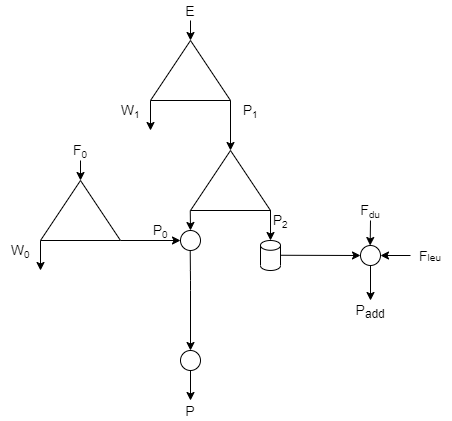
GusevVlad/Russian-Phd-LaTeX-Dissertation-Template keeps this draw.io diagram as cascades/P2utilization.png. Above is the earlier version. Source tidied: cells renumbered, new cells last; positions are measured from the earlier drawing's top-left corner, leaving out a move shared by most shapes.
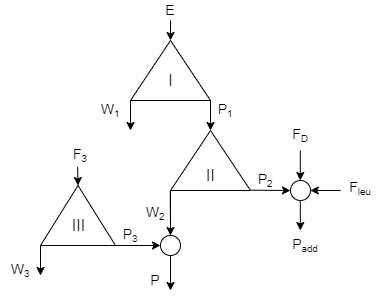
Above is the later version.

The edit, as a diff of the source:
```diff
@@ -4,22 +4,21 @@
     <mxCell id="1" parent="0" />
     <mxCell id="2" style="endArrow=classic;html=1;" parent="1" edge="1">
       <mxGeometry relative="1" as="geometry">
-        <mxPoint x="190" y="20" as="sourcePoint" />
-        <mxPoint x="190" y="40" as="targetPoint" />
+        <mxPoint x="190" y="40" as="sourcePoint" />
+        <mxPoint x="190" y="60" as="targetPoint" />
       </mxGeometry>
     </mxCell>
     <mxCell id="3" style="endArrow=classic;html=1;" parent="1" edge="1">
       <mxGeometry relative="1" as="geometry">
-        <mxPoint x="150" y="100" as="sourcePoint" />
-        <mxPoint x="150" y="130" as="targetPoint" />
+        <mxPoint x="150" y="120" as="sourcePoint" />
+        <mxPoint x="150" y="150" as="targetPoint" />
       </mxGeometry>
     </mxCell>
     <mxCell id="4" style="triangle;whiteSpace=wrap;html=1;rotation=-90;" parent="1" vertex="1">
-      <mxGeometry x="160" y="30" width="60" height="80" as="geometry" />
+      <mxGeometry x="160" y="50" width="60" height="80" as="geometry" />
     </mxCell>
-    <mxCell id="5" style="endArrow=classic;html=1;" parent="1" edge="1">
+    <mxCell id="5" style="endArrow=classic;html=1;exitX=0;exitY=0;exitDx=0;exitDy=0;" parent="1" edge="1" source="9">
       <mxGeometry relative="1" as="geometry">
-        <mxPoint x="230" y="100" as="sourcePoint" />
         <mxPoint x="230" y="150" as="targetPoint" />
       </mxGeometry>
     </mxCell>
@@ -27,111 +26,110 @@
       <mxGeometry x="200" y="140" width="60" height="80" as="geometry" />
     </mxCell>
     <mxCell id="7" value="&lt;font style=&quot;font-size: 14px&quot;&gt;E&lt;/font&gt;" style="text;html=1;strokeColor=none;fillColor=none;align=center;verticalAlign=middle;whiteSpace=wrap;rounded=0;" parent="1" vertex="1">
-      <mxGeometry x="170" width="40" height="20" as="geometry" />
+      <mxGeometry x="170" y="20" width="40" height="20" as="geometry" />
     </mxCell>
     <mxCell id="8" value="&lt;font style=&quot;font-size: 14px&quot;&gt;W&lt;/font&gt;&lt;font style=&quot;font-size: 11.6667px&quot;&gt;&lt;sub&gt;1&lt;/sub&gt;&lt;/font&gt;" style="text;html=1;strokeColor=none;fillColor=none;align=center;verticalAlign=middle;whiteSpace=wrap;rounded=0;" parent="1" vertex="1">
-      <mxGeometry x="110" y="100" width="40" height="20" as="geometry" />
+      <mxGeometry x="110" y="120" width="40" height="20" as="geometry" />
     </mxCell>
     <mxCell id="9" value="&lt;font style=&quot;font-size: 14px&quot;&gt;P&lt;/font&gt;&lt;font style=&quot;font-size: 11.6667px&quot;&gt;&lt;sub&gt;1&lt;/sub&gt;&lt;/font&gt;" style="text;html=1;strokeColor=none;fillColor=none;align=center;verticalAlign=middle;whiteSpace=wrap;rounded=0;" parent="1" vertex="1">
-      <mxGeometry x="230" y="100" width="40" height="20" as="geometry" />
+      <mxGeometry x="230" y="120" width="30" height="20" as="geometry" />
     </mxCell>
-    <mxCell id="10" style="endArrow=classic;html=1;" parent="1" edge="1">
+    <mxCell id="10" style="endArrow=classic;html=1;entryX=0.5;entryY=0;entryDx=0;entryDy=0;" parent="1" edge="1" target="18">
       <mxGeometry relative="1" as="geometry">
         <mxPoint x="189.8" y="210" as="sourcePoint" />
-        <mxPoint x="190" y="230" as="targetPoint" />
       </mxGeometry>
     </mxCell>
-    <mxCell id="11" style="endArrow=classic;html=1;entryX=1;entryY=1;entryDx=0;entryDy=0;" parent="1" edge="1" target="16">
+    <mxCell id="11" style="endArrow=classic;html=1;entryX=0;entryY=0.5;entryDx=0;entryDy=0;" parent="1" edge="1" target="18">
       <mxGeometry relative="1" as="geometry">
-        <mxPoint x="120" y="240" as="sourcePoint" />
+        <mxPoint x="120" y="265" as="sourcePoint" />
       </mxGeometry>
     </mxCell>
+    <mxCell id="34" style="endArrow=classic;html=1;" parent="1" edge="1">
+      <mxGeometry relative="1" as="geometry">
+        <mxPoint x="60" y="265" as="sourcePoint" />
+        <mxPoint x="60" y="295" as="targetPoint" />
+      </mxGeometry>
+    </mxCell>
-    <mxCell id="12" style="endArrow=classic;html=1;" parent="1" edge="1">
-      <mxGeometry relative="1" as="geometry">
-        <mxPoint x="40" y="240" as="sourcePoint" />
-        <mxPoint x="40" y="270" as="targetPoint" />
-      </mxGeometry>
+    <mxCell id="12" value="&lt;span style=&quot;font-size: 16px&quot;&gt;&lt;br&gt;&lt;/span&gt;" style="triangle;whiteSpace=wrap;html=1;rotation=-90;" parent="1" vertex="1">
+      <mxGeometry x="67.5" y="197.5" width="60" height="75" as="geometry" />
     </mxCell>
-    <mxCell id="13" style="triangle;whiteSpace=wrap;html=1;rotation=-90;" parent="1" vertex="1">
-      <mxGeometry x="50" y="170" width="60" height="80" as="geometry" />
+    <mxCell id="13" value="&lt;font style=&quot;font-size: 14px&quot;&gt;F&lt;/font&gt;&lt;font style=&quot;font-size: 11.6667px&quot;&gt;&lt;sub&gt;3&lt;/sub&gt;&lt;/font&gt;" style="text;html=1;strokeColor=none;fillColor=none;align=center;verticalAlign=middle;whiteSpace=wrap;rounded=0;" parent="1" vertex="1">
+      <mxGeometry x="80" y="165" width="40" height="20" as="geometry" />
     </mxCell>
-    <mxCell id="14" value="&lt;font style=&quot;font-size: 14px&quot;&gt;F&lt;/font&gt;&lt;font style=&quot;font-size: 11.6667px&quot;&gt;&lt;sub&gt;0&lt;/sub&gt;&lt;/font&gt;" style="text;html=1;strokeColor=none;fillColor=none;align=center;verticalAlign=middle;whiteSpace=wrap;rounded=0;" parent="1" vertex="1">
-      <mxGeometry x="60" y="140" width="40" height="20" as="geometry" />
+    <mxCell id="14" value="&lt;font style=&quot;font-size: 14px&quot;&gt;W&lt;/font&gt;&lt;font style=&quot;font-size: 11.6667px&quot;&gt;&lt;sub&gt;3&lt;/sub&gt;&lt;/font&gt;" style="text;html=1;strokeColor=none;fillColor=none;align=center;verticalAlign=middle;whiteSpace=wrap;rounded=0;" parent="1" vertex="1">
+      <mxGeometry x="20" y="280" width="40" height="20" as="geometry" />
     </mxCell>
-    <mxCell id="15" value="&lt;font style=&quot;font-size: 14px&quot;&gt;W&lt;/font&gt;&lt;font style=&quot;font-size: 11.6667px&quot;&gt;&lt;sub&gt;0&lt;/sub&gt;&lt;/font&gt;" style="text;html=1;strokeColor=none;fillColor=none;align=center;verticalAlign=middle;whiteSpace=wrap;rounded=0;" parent="1" vertex="1">
-      <mxGeometry y="240" width="40" height="20" as="geometry" />
+    <mxCell id="15" style="endArrow=classic;html=1;" parent="1" edge="1">
+      <mxGeometry relative="1" as="geometry">
+        <mxPoint x="190" y="210" as="sourcePoint" />
+        <mxPoint x="190" y="310" as="targetPoint" />
+        <Array as="points">
+          <mxPoint x="189.9" y="210" />
+        </Array>
+      </mxGeometry>
     </mxCell>
-    <mxCell id="16" value="&lt;font style=&quot;font-size: 14px&quot;&gt;P&lt;/font&gt;&lt;font style=&quot;font-size: 11.6667px&quot;&gt;&lt;sub&gt;0&lt;/sub&gt;&lt;/font&gt;" style="text;html=1;strokeColor=none;fillColor=none;align=center;verticalAlign=middle;whiteSpace=wrap;rounded=0;" parent="1" vertex="1">
-      <mxGeometry x="140" y="220" width="40" height="20" as="geometry" />
+    <mxCell id="16" style="endArrow=classic;html=1;" parent="1" edge="1">
+      <mxGeometry relative="1" as="geometry">
+        <mxPoint x="270" y="209.7" as="sourcePoint" />
+        <mxPoint x="310" y="210" as="targetPoint" />
+      </mxGeometry>
     </mxCell>
-    <mxCell id="17" style="endArrow=classic;html=1;entryX=0.5;entryY=0;entryDx=0;entryDy=0;" parent="1" edge="1" target="24">
-      <mxGeometry relative="1" as="geometry">
-        <mxPoint x="189.7" y="250" as="sourcePoint" />
-        <Array as="points">
-          <mxPoint x="190" y="280" />
-        </Array>
-      </mxGeometry>
+    <mxCell id="17" value="&lt;font style=&quot;font-size: 14px&quot;&gt;P&lt;/font&gt;&lt;font style=&quot;font-size: 11.6667px&quot;&gt;&lt;sub&gt;2&lt;/sub&gt;&lt;/font&gt;" style="text;html=1;strokeColor=none;fillColor=none;align=center;verticalAlign=middle;whiteSpace=wrap;rounded=0;" parent="1" vertex="1">
+      <mxGeometry x="280" y="165" width="10" height="70" as="geometry" />
     </mxCell>
-    <mxCell id="18" style="endArrow=classic;html=1;entryX=0.5;entryY=0;entryDx=0;entryDy=0;entryPerimeter=0;" parent="1" edge="1" target="29">
-      <mxGeometry relative="1" as="geometry">
-        <mxPoint x="270" y="209.7" as="sourcePoint" />
-      </mxGeometry>
+    <mxCell id="18" style="ellipse;whiteSpace=wrap;html=1;" parent="1" vertex="1">
+      <mxGeometry x="180" y="255" width="20" height="20" as="geometry" />
     </mxCell>
-    <mxCell id="19" style="ellipse;whiteSpace=wrap;html=1;" parent="1" vertex="1">
-      <mxGeometry x="360" y="245" width="20" height="20" as="geometry" />
+    <mxCell id="19" style="endArrow=classic;html=1;entryX=1;entryY=0.5;entryDx=0;entryDy=0;exitX=0.429;exitY=1.068;exitDx=0;exitDy=0;exitPerimeter=0;" parent="1" edge="1" source="13" target="12">
+      <mxGeometry relative="1" as="geometry" />
     </mxCell>
-    <mxCell id="20" value="&lt;font style=&quot;font-size: 14px&quot;&gt;P&lt;/font&gt;&lt;font style=&quot;font-size: 11.6667px&quot;&gt;&lt;sub&gt;2&lt;/sub&gt;&lt;/font&gt;" style="text;html=1;strokeColor=none;fillColor=none;align=center;verticalAlign=middle;whiteSpace=wrap;rounded=0;" parent="1" vertex="1">
-      <mxGeometry x="260" y="210" width="40" height="20" as="geometry" />
+    <mxCell id="20" value="&lt;font style=&quot;font-size: 14px&quot;&gt;P&lt;/font&gt;" style="text;html=1;strokeColor=none;fillColor=none;align=center;verticalAlign=middle;whiteSpace=wrap;rounded=0;" parent="1" vertex="1">
+      <mxGeometry x="155" y="290" width="40" height="20" as="geometry" />
     </mxCell>
-    <mxCell id="21" value="&lt;font style=&quot;font-size: 14px&quot;&gt;F&lt;/font&gt;&lt;font style=&quot;font-size: 11.6667px&quot;&gt;&lt;sub&gt;du&lt;/sub&gt;&lt;/font&gt;" style="text;html=1;strokeColor=none;fillColor=none;align=center;verticalAlign=middle;whiteSpace=wrap;rounded=0;" parent="1" vertex="1">
-      <mxGeometry x="350" y="200" width="40" height="20" as="geometry" />
+    <mxCell id="21" value="&lt;font style=&quot;font-size: 14px&quot;&gt;W&lt;/font&gt;&lt;font style=&quot;font-size: 11.6667px&quot;&gt;&lt;sub&gt;2&lt;/sub&gt;&lt;/font&gt;" style="text;html=1;strokeColor=none;fillColor=none;align=center;verticalAlign=middle;whiteSpace=wrap;rounded=0;" parent="1" vertex="1">
+      <mxGeometry x="150" y="220" width="50" height="25" as="geometry" />
     </mxCell>
-    <mxCell id="22" style="ellipse;whiteSpace=wrap;html=1;" parent="1" vertex="1">
-      <mxGeometry x="180" y="230" width="20" height="20" as="geometry" />
+    <mxCell id="22" value="I" style="text;html=1;align=center;verticalAlign=middle;strokeColor=none;fillColor=none;fontSize=16;" parent="1" vertex="1">
+      <mxGeometry x="180" y="90" width="20" height="20" as="geometry" />
     </mxCell>
+    <mxCell id="35" value="II" style="text;html=1;align=center;verticalAlign=middle;strokeColor=none;fillColor=none;fontSize=16;" parent="1" vertex="1">
+      <mxGeometry x="220" y="185" width="20" height="20" as="geometry" />
+    </mxCell>
+    <mxCell id="36" value="III" style="text;html=1;align=center;verticalAlign=middle;strokeColor=none;fillColor=none;fontSize=16;" parent="1" vertex="1">
+      <mxGeometry x="82.5" y="235" width="30" height="20" as="geometry" />
+    </mxCell>
-    <mxCell id="23" style="endArrow=classic;html=1;entryX=1;entryY=0.5;entryDx=0;entryDy=0;exitX=0.5;exitY=1;exitDx=0;exitDy=0;" parent="1" edge="1" source="14" target="13">
-      <mxGeometry relative="1" as="geometry" />
+    <mxCell id="23" value="&lt;font style=&quot;font-size: 14px&quot;&gt;P&lt;/font&gt;&lt;font style=&quot;font-size: 11.6667px&quot;&gt;&lt;sub&gt;3&lt;/sub&gt;&lt;/font&gt;" style="text;html=1;strokeColor=none;fillColor=none;align=center;verticalAlign=middle;whiteSpace=wrap;rounded=0;" parent="1" vertex="1">
+      <mxGeometry x="130" y="245" width="40" height="20" as="geometry" />
     </mxCell>
-    <mxCell id="24" style="ellipse;whiteSpace=wrap;html=1;" parent="1" vertex="1">
-      <mxGeometry x="180" y="350" width="20" height="20" as="geometry" />
+    <mxCell id="24" value="&lt;font style=&quot;font-size: 14px&quot;&gt;P&lt;/font&gt;&lt;font style=&quot;font-size: 11.6667px&quot;&gt;&lt;sub&gt;add&lt;/sub&gt;&lt;/font&gt;" style="text;html=1;strokeColor=none;fillColor=none;align=center;verticalAlign=middle;whiteSpace=wrap;rounded=0;" parent="1" vertex="1">
+      <mxGeometry x="320" y="230" width="10" height="70" as="geometry" />
     </mxCell>
-    <mxCell id="25" style="endArrow=classic;html=1;exitX=0.5;exitY=1;exitDx=0;exitDy=0;" parent="1" edge="1" source="24">
-      <mxGeometry relative="1" as="geometry">
-        <mxPoint x="190" y="400" as="targetPoint" />
-      </mxGeometry>
+    <mxCell id="25" style="ellipse;whiteSpace=wrap;html=1;" parent="1" vertex="1">
+      <mxGeometry x="310" y="200" width="20" height="20" as="geometry" />
     </mxCell>
-    <mxCell id="26" value="&lt;font style=&quot;font-size: 14px&quot;&gt;P&lt;/font&gt;" style="text;html=1;strokeColor=none;fillColor=none;align=center;verticalAlign=middle;whiteSpace=wrap;rounded=0;" parent="1" vertex="1">
-      <mxGeometry x="170" y="400" width="40" height="20" as="geometry" />
+    <mxCell id="26" style="endArrow=classic;html=1;exitX=0;exitY=0;exitDx=0;exitDy=0;" parent="1" edge="1">
+      <mxGeometry relative="1" as="geometry">
+        <mxPoint x="319.8" y="170" as="sourcePoint" />
+        <mxPoint x="319.8" y="200" as="targetPoint" />
+      </mxGeometry>
     </mxCell>
-    <mxCell id="27" style="endArrow=classic;html=1;exitX=0.5;exitY=1;exitDx=0;exitDy=0;" parent="1" edge="1" source="19">
-      <mxGeometry relative="1" as="geometry">
-        <mxPoint x="370" y="300" as="targetPoint" />
-      </mxGeometry>
-    </mxCell>
+    <mxCell id="37" value="&lt;font style=&quot;font-size: 14px&quot;&gt;F&lt;/font&gt;&lt;font style=&quot;font-size: 11.6667px&quot;&gt;&lt;sub&gt;D&lt;/sub&gt;&lt;/font&gt;" style="text;html=1;strokeColor=none;fillColor=none;align=center;verticalAlign=middle;whiteSpace=wrap;rounded=0;" parent="1" vertex="1">
+      <mxGeometry x="300" y="145" width="40" height="20" as="geometry" />
+    </mxCell>
+    <mxCell id="30" value="&lt;font style=&quot;font-size: 14px&quot;&gt;F&lt;/font&gt;&lt;font style=&quot;font-size: 11.6667px&quot;&gt;&lt;sub&gt;leu&lt;/sub&gt;&lt;/font&gt;" style="text;html=1;strokeColor=none;fillColor=none;align=center;verticalAlign=middle;whiteSpace=wrap;rounded=0;" parent="1" vertex="1">
+      <mxGeometry x="360" y="197.5" width="40" height="20" as="geometry" />
+    </mxCell>
+    <mxCell id="38" style="endArrow=classic;html=1;" parent="1" edge="1">
+      <mxGeometry relative="1" as="geometry">
+        <mxPoint x="360" y="210" as="sourcePoint" />
+        <mxPoint x="329.8" y="210" as="targetPoint" />
+      </mxGeometry>
+    </mxCell>
-    <mxCell id="28" style="endArrow=classic;html=1;" parent="1" edge="1">
+    <mxCell id="28" style="endArrow=classic;html=1;exitX=0;exitY=0;exitDx=0;exitDy=0;" parent="1" edge="1">
       <mxGeometry relative="1" as="geometry">
-        <mxPoint x="370" y="220" as="sourcePoint" />
-        <mxPoint x="369.7" y="245" as="targetPoint" />
+        <mxPoint x="319.8" y="220" as="sourcePoint" />
+        <mxPoint x="319.8" y="250" as="targetPoint" />
       </mxGeometry>
     </mxCell>
-    <mxCell id="29" style="shape=cylinder3;whiteSpace=wrap;html=1;boundedLbl=1;backgroundOutline=1;size=4.887139682112036;" parent="1" vertex="1">
-      <mxGeometry x="260" y="240" width="20" height="30" as="geometry" />
-    </mxCell>
-    <mxCell id="30" value="&lt;font style=&quot;font-size: 14px&quot;&gt;F&lt;/font&gt;&lt;font size=&quot;1&quot;&gt;leu&lt;/font&gt;" style="text;html=1;strokeColor=none;fillColor=none;align=center;verticalAlign=middle;whiteSpace=wrap;rounded=0;" parent="1" vertex="1">
-      <mxGeometry x="410" y="245" width="40" height="20" as="geometry" />
-    </mxCell>
-    <mxCell id="31" style="endArrow=classic;html=1;entryX=0;entryY=0.5;entryDx=0;entryDy=0;" parent="1" edge="1" target="19">
-      <mxGeometry relative="1" as="geometry">
-        <mxPoint x="280" y="254.8" as="sourcePoint" />
-      </mxGeometry>
-    </mxCell>
-    <mxCell id="32" style="endArrow=classic;html=1;" parent="1" edge="1" source="30">
-      <mxGeometry relative="1" as="geometry">
-        <mxPoint x="380" y="255" as="targetPoint" />
-      </mxGeometry>
-    </mxCell>
-    <mxCell id="33" value="&lt;font style=&quot;font-size: 14px&quot;&gt;P&lt;sub&gt;add&lt;/sub&gt;&lt;/font&gt;" style="text;html=1;strokeColor=none;fillColor=none;align=center;verticalAlign=middle;whiteSpace=wrap;rounded=0;" parent="1" vertex="1">
-      <mxGeometry x="350" y="300" width="40" height="20" as="geometry" />
-    </mxCell>
   </root>
 </mxGraphModel>
```
